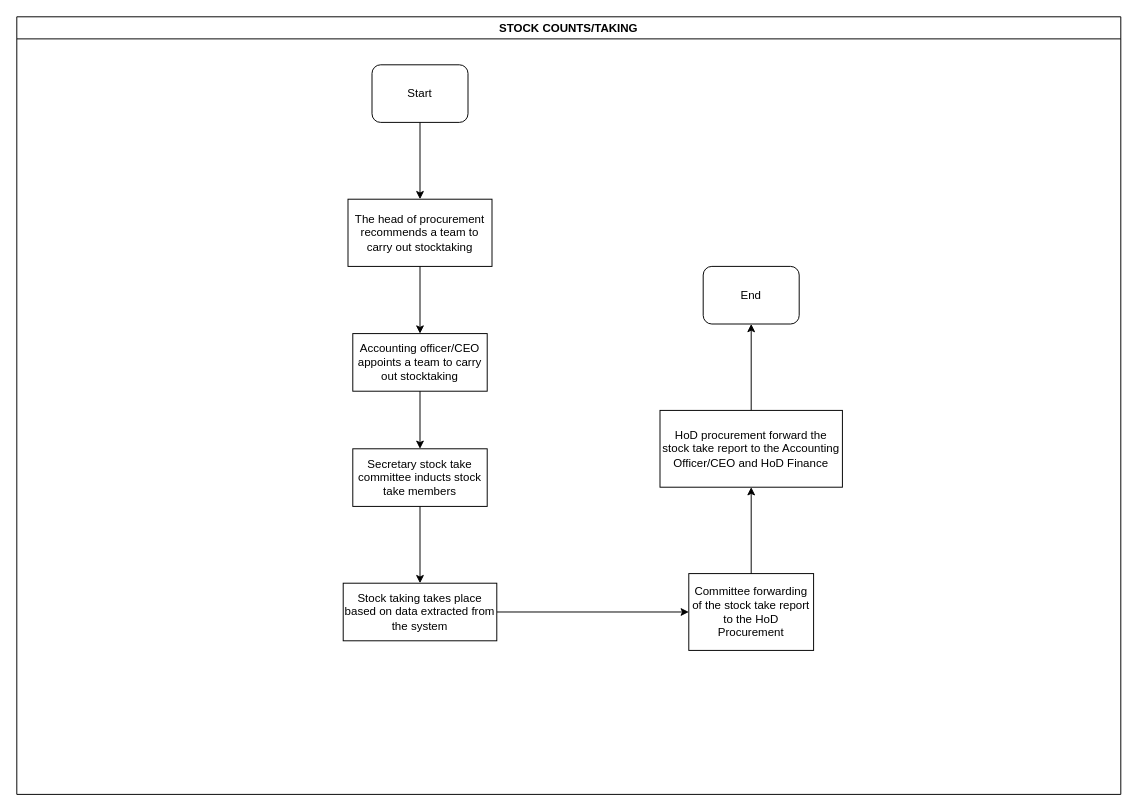
Earlier version of the draw.io diagram KEFRI-PROC-STOCKTAKING.drawio (kmagua/flowcharts). Source tidied: cells renumbered, new cells numbered last; positions are measured from the earlier drawing's top-left corner, leaving out a move shared by most shapes. Both pictures are drawn from the tidied source at 96%, with x=0, y=0 at pixel (16, 16).
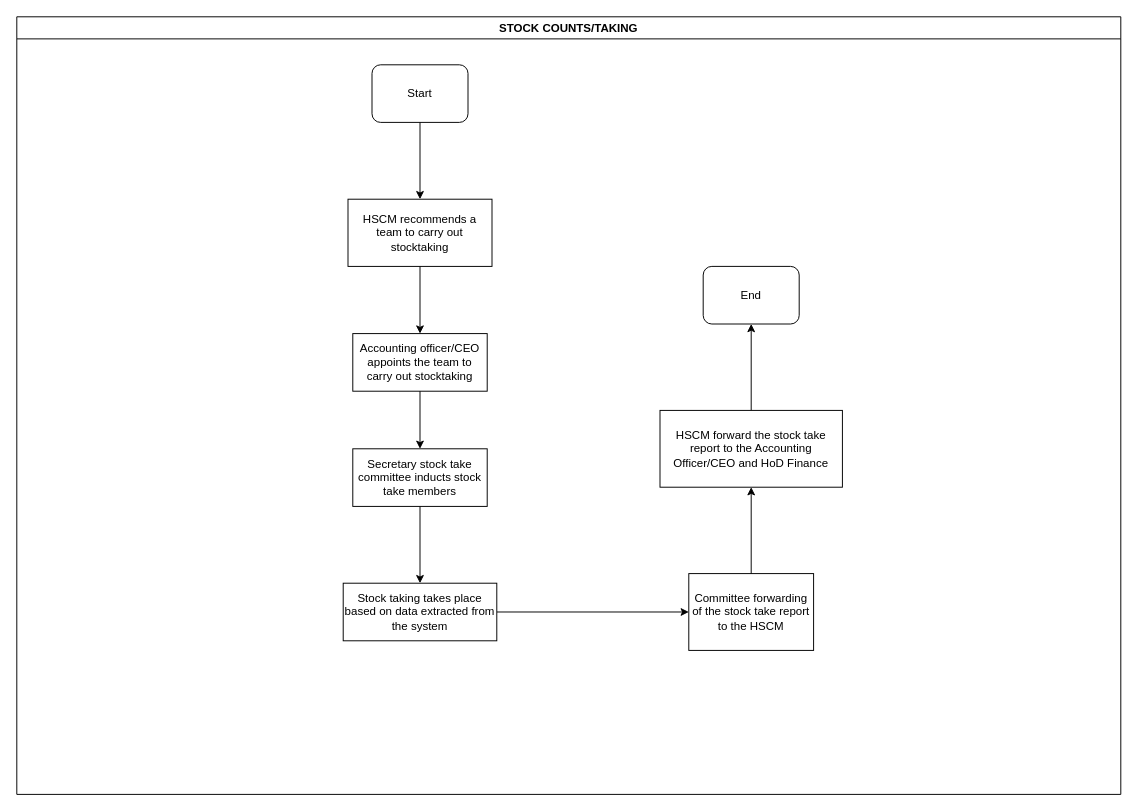
Above is the later version.

The edit, as a diff of the source:
```diff
@@
 <mxGraphModel>
   <root>
     <mxCell id="0" />
     <mxCell id="1" parent="0" />
     <mxCell id="2" value="STOCK COUNTS/TAKING" style="swimlane;" parent="1" vertex="1">
       <mxGeometry width="1150" height="810" as="geometry" />
     </mxCell>
     <mxCell id="3" value="Start" style="rounded=1;whiteSpace=wrap;html=1;" parent="2" vertex="1">
       <mxGeometry x="370" y="50" width="100" height="60" as="geometry" />
     </mxCell>
-    <mxCell id="4" value="The head of procurement recommends a team to carry out stocktaking" style="rounded=0;whiteSpace=wrap;html=1;" parent="2" vertex="1">
+    <mxCell id="4" value="HSCM recommends a team to carry out stocktaking" style="rounded=0;whiteSpace=wrap;html=1;" parent="2" vertex="1">
       <mxGeometry x="345" y="190" width="150" height="70" as="geometry" />
     </mxCell>
     <mxCell id="5" style="edgeStyle=orthogonalEdgeStyle;rounded=0;jettySize=auto;html=1;entryX=0.5;entryY=0;entryDx=0;entryDy=0;" parent="2" edge="1" source="3" target="4">
       <mxGeometry relative="1" as="geometry" />
     </mxCell>
-    <mxCell id="6" value="Accounting officer/CEO appoints a team to carry out stocktaking" style="whiteSpace=wrap;html=1;rounded=0;" parent="2" vertex="1">
+    <mxCell id="6" value="Accounting officer/CEO appoints the team to carry out stocktaking" style="whiteSpace=wrap;html=1;rounded=0;" parent="2" vertex="1">
       <mxGeometry x="350" y="330" width="140" height="60" as="geometry" />
     </mxCell>
     <mxCell id="7" style="edgeStyle=orthogonalEdgeStyle;rounded=0;jettySize=auto;html=1;" parent="2" edge="1" source="4" target="6">
       <mxGeometry relative="1" as="geometry" />
     </mxCell>
     <mxCell id="8" value="Secretary stock take committee inducts stock take members" style="whiteSpace=wrap;html=1;rounded=0;" parent="2" vertex="1">
       <mxGeometry x="350" y="450" width="140" height="60" as="geometry" />
     </mxCell>
     <mxCell id="9" style="edgeStyle=orthogonalEdgeStyle;rounded=0;jettySize=auto;html=1;" parent="2" edge="1" source="6" target="8">
       <mxGeometry relative="1" as="geometry" />
     </mxCell>
-    <mxCell id="10" value="Committee forwarding of the stock take report to the HoD Procurement" style="whiteSpace=wrap;html=1;rounded=0;" parent="2" vertex="1">
+    <mxCell id="10" value="Committee forwarding of the stock take report to the HSCM " style="whiteSpace=wrap;html=1;rounded=0;" parent="2" vertex="1">
       <mxGeometry x="700" y="580" width="130" height="80" as="geometry" />
     </mxCell>
     <mxCell id="11" value="End" style="rounded=1;whiteSpace=wrap;html=1;" parent="2" vertex="1">
       <mxGeometry x="715" y="260" width="100" height="60" as="geometry" />
     </mxCell>
     <mxCell id="12" style="edgeStyle=orthogonalEdgeStyle;rounded=0;jettySize=auto;html=1;" parent="1" edge="1" source="13" target="10">
       <mxGeometry relative="1" as="geometry" />
     </mxCell>
     <mxCell id="13" value="Stock taking takes place based on data extracted from the system" style="whiteSpace=wrap;html=1;rounded=0;" parent="1" vertex="1">
       <mxGeometry x="340" y="590" width="160" height="60" as="geometry" />
     </mxCell>
     <mxCell id="14" style="edgeStyle=orthogonalEdgeStyle;rounded=0;jettySize=auto;html=1;" parent="1" edge="1" source="8" target="13">
       <mxGeometry relative="1" as="geometry" />
     </mxCell>
     <mxCell id="15" style="edgeStyle=orthogonalEdgeStyle;rounded=0;jettySize=auto;html=1;entryX=0.5;entryY=1;entryDx=0;entryDy=0;" parent="1" edge="1" source="16" target="11">
       <mxGeometry relative="1" as="geometry" />
     </mxCell>
-    <mxCell id="16" value="HoD procurement forward the stock take report to the Accounting Officer/CEO and HoD Finance" style="whiteSpace=wrap;html=1;rounded=0;" parent="1" vertex="1">
+    <mxCell id="16" value="HSCM forward the stock take report to the Accounting Officer/CEO and HoD Finance" style="whiteSpace=wrap;html=1;rounded=0;" parent="1" vertex="1">
       <mxGeometry x="670" y="410" width="190" height="80" as="geometry" />
     </mxCell>
     <mxCell id="17" style="edgeStyle=orthogonalEdgeStyle;rounded=0;jettySize=auto;html=1;" parent="1" edge="1" source="10" target="16">
       <mxGeometry relative="1" as="geometry" />
     </mxCell>
   </root>
 </mxGraphModel>
```
